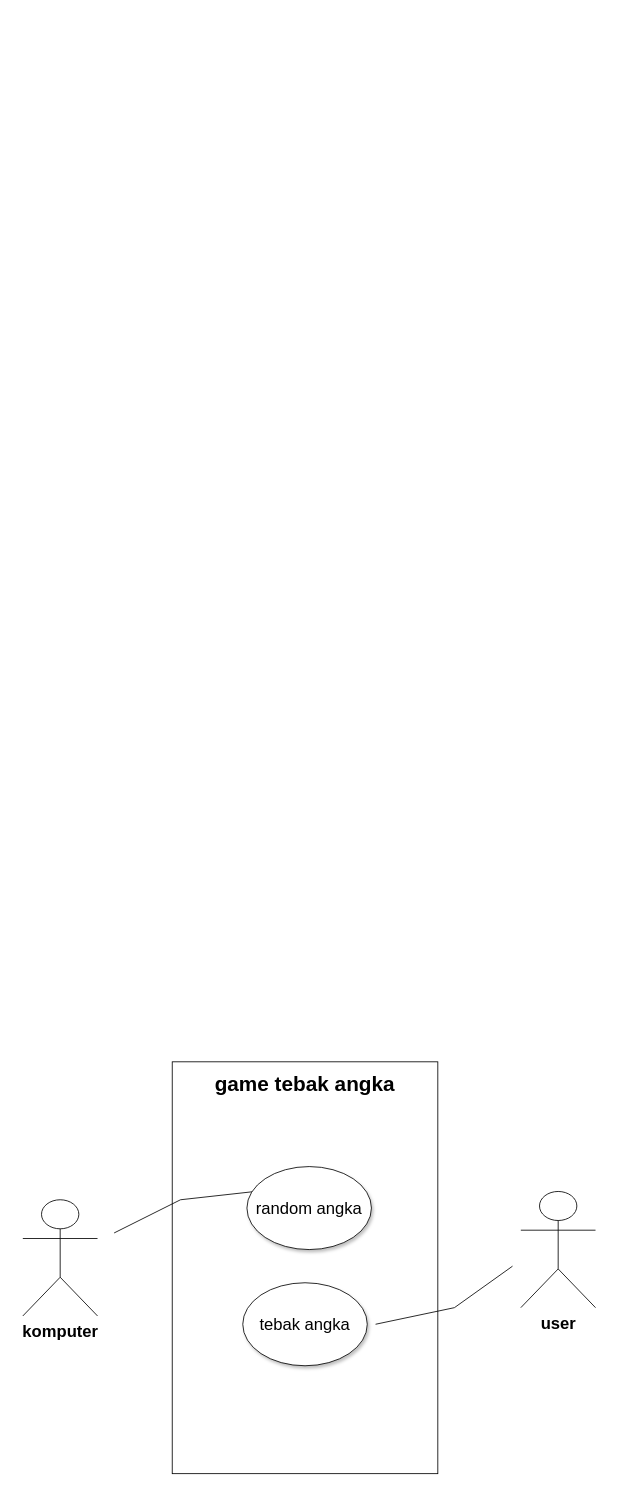
Earlier version of the draw.io diagram use-case.drawio (fridaasmara/py-jobsheet1). Source tidied: cells renumbered, new cells numbered last; positions are measured from the earlier drawing's top-left corner, leaving out a move shared by most shapes. Both pictures are drawn from the tidied source at 83%, with x=0, y=0 at pixel (22, 1058).
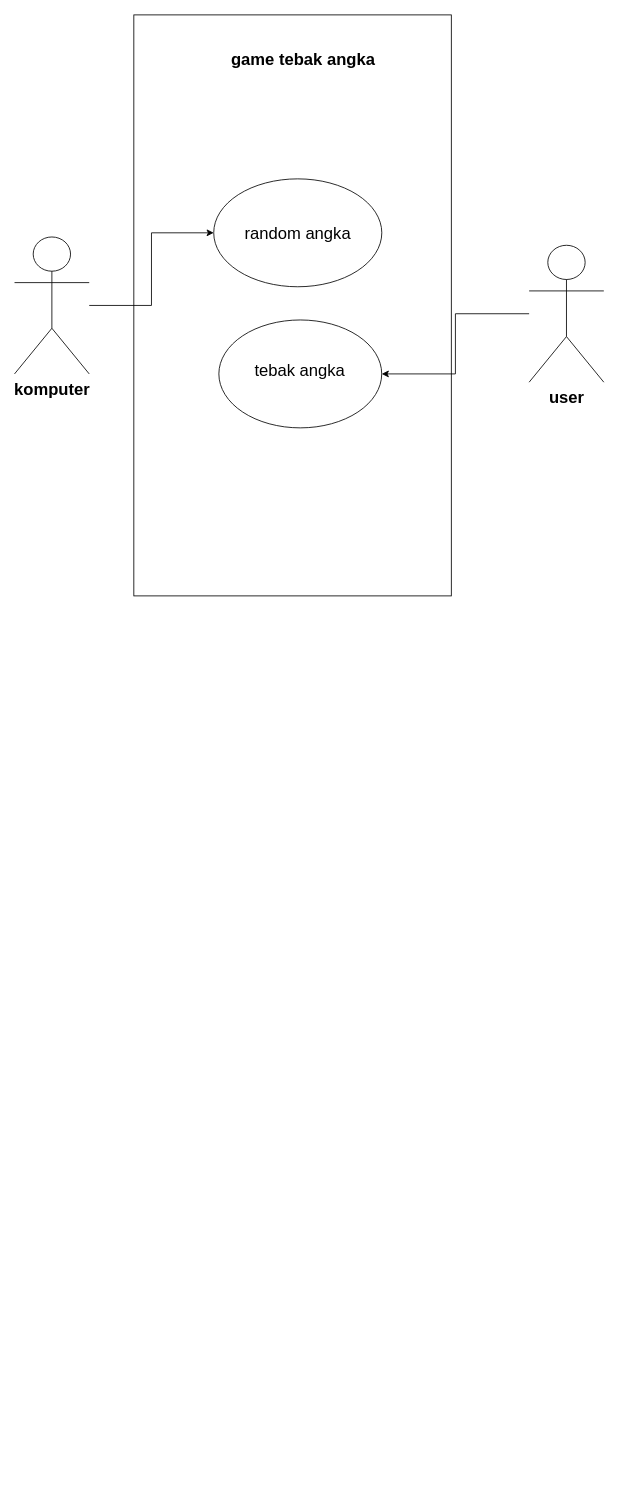
The same diagram, later.

The edit, as a diff of the source:
```diff
@@
 <mxGraphModel>
   <root>
     <mxCell id="0" />
     <mxCell id="1" parent="0" />
+    <mxCell id="12" style="rounded=0;whiteSpace=wrap;html=1;rotation=-90;" parent="1" vertex="1">
+      <mxGeometry x="-25" y="-1098.8" width="700" height="382.5" as="geometry" />
+    </mxCell>
+    <mxCell id="13" style="edgeStyle=orthogonalEdgeStyle;rounded=0;jettySize=auto;html=1;entryX=0;entryY=0.5;entryDx=0;entryDy=0;" parent="1" edge="1" source="2" target="14">
+      <mxGeometry relative="1" as="geometry" />
+    </mxCell>
-    <mxCell id="2" value="&lt;font style=&quot;font-size: 20px;&quot;&gt;&lt;b&gt;komputer&lt;/b&gt;&lt;/font&gt;" style="shape=umlActor;verticalLabelPosition=bottom;verticalAlign=top;html=1;outlineConnect=0;" parent="1" vertex="1">
-      <mxGeometry y="170" width="90" height="140" as="geometry" />
+    <mxCell id="2" value="&lt;span style=&quot;font-size: 20px;&quot;&gt;&lt;b&gt;komputer&lt;/b&gt;&lt;/span&gt;" style="shape=umlActor;verticalLabelPosition=bottom;verticalAlign=top;html=1;outlineConnect=0;" parent="1" vertex="1">
+      <mxGeometry x="-10" y="-990" width="90" height="165" as="geometry" />
     </mxCell>
-    <mxCell id="3" style="rounded=0;whiteSpace=wrap;html=1;rotation=-90;" parent="1" vertex="1">
-      <mxGeometry x="91.9" y="91.9" width="496.2" height="320" as="geometry" />
-    </mxCell>
-    <mxCell id="4" value="&lt;b&gt;&lt;font style=&quot;font-size: 25px;&quot;&gt;game tebak angka&lt;/font&gt;&lt;/b&gt;" style="text;html=1;align=center;verticalAlign=middle;whiteSpace=wrap;rounded=0;" parent="1" vertex="1">
-      <mxGeometry x="180" width="320" height="60" as="geometry" />
+    <mxCell id="4" value="&lt;span style=&quot;font-size: 20px;&quot;&gt;&lt;b&gt;game tebak angka&lt;/b&gt;&lt;/span&gt;" style="text;html=1;strokeColor=none;fillColor=none;align=center;verticalAlign=middle;whiteSpace=wrap;rounded=0;" parent="1" vertex="1">
+      <mxGeometry x="242.5" y="-1220" width="190" height="30" as="geometry" />
     </mxCell>
-    <mxCell id="5" style="endArrow=none;html=1;rounded=0;" parent="1" edge="1">
-      <mxGeometry relative="1" as="geometry">
-        <mxPoint x="110" y="210" as="sourcePoint" />
-        <mxPoint x="280" y="160" as="targetPoint" />
-        <Array as="points">
-          <mxPoint x="110" y="210" />
-          <mxPoint x="190" y="170" />
-        </Array>
-      </mxGeometry>
-    </mxCell>
-    <mxCell id="6" style="endArrow=none;html=1;rounded=0;" parent="1" edge="1">
-      <mxGeometry relative="1" as="geometry">
-        <mxPoint x="425" y="320" as="sourcePoint" />
-        <mxPoint x="590" y="250" as="targetPoint" />
-        <Array as="points">
-          <mxPoint x="425" y="320" />
-          <mxPoint x="520" y="300" />
-        </Array>
-      </mxGeometry>
-    </mxCell>
+    <mxCell id="14" style="ellipse;whiteSpace=wrap;html=1;" parent="1" vertex="1">
+      <mxGeometry x="230" y="-1060" width="202.5" height="130" as="geometry" />
+    </mxCell>
+    <mxCell id="15" style="edgeStyle=orthogonalEdgeStyle;rounded=0;jettySize=auto;html=1;" parent="1" edge="1" source="7" target="16">
+      <mxGeometry relative="1" as="geometry" />
+    </mxCell>
-    <mxCell id="7" value="&lt;font style=&quot;font-size: 20px;&quot;&gt;&lt;span&gt;user&lt;/span&gt;&lt;/font&gt;" style="shape=umlActor;verticalLabelPosition=bottom;verticalAlign=top;html=1;outlineConnect=0;fontStyle=1;" parent="1" vertex="1">
-      <mxGeometry x="600" y="160" width="90" height="140" as="geometry" />
+    <mxCell id="7" value="&lt;span style=&quot;font-size: 20px;&quot;&gt;&lt;b&gt;user&lt;/b&gt;&lt;/span&gt;" style="shape=umlActor;verticalLabelPosition=bottom;verticalAlign=top;html=1;outlineConnect=0;" parent="1" vertex="1">
+      <mxGeometry x="610" y="-980" width="90" height="165" as="geometry" />
     </mxCell>
-    <mxCell id="8" style="ellipse;whiteSpace=wrap;html=1;shadow=1;" parent="1" vertex="1">
-      <mxGeometry x="270" y="130" width="150" height="100" as="geometry" />
-    </mxCell>
+    <mxCell id="16" style="ellipse;whiteSpace=wrap;html=1;" parent="1" vertex="1">
+      <mxGeometry x="236.2" y="-890" width="196.2" height="130" as="geometry" />
+    </mxCell>
-    <mxCell id="9" value="&lt;span style=&quot;font-size: 20px;&quot;&gt;random angka&lt;/span&gt;" style="text;html=1;align=center;verticalAlign=middle;whiteSpace=wrap;rounded=0;" parent="1" vertex="1">
-      <mxGeometry x="220" y="115" width="250" height="130" as="geometry" />
+    <mxCell id="9" value="&lt;span style=&quot;font-size: 20px;&quot;&gt;random angka&lt;/span&gt;" style="text;html=1;strokeColor=none;fillColor=none;align=center;verticalAlign=middle;whiteSpace=wrap;rounded=0;" parent="1" vertex="1">
+      <mxGeometry x="258.8" y="-1010" width="145" height="30" as="geometry" />
     </mxCell>
-    <mxCell id="10" style="ellipse;whiteSpace=wrap;html=1;shadow=1;" parent="1" vertex="1">
-      <mxGeometry x="265" y="270" width="150" height="100" as="geometry" />
-    </mxCell>
     <mxCell id="11" value="&lt;span style=&quot;font-size: 20px;&quot;&gt;tebak angka&lt;/span&gt;" style="text;html=1;strokeColor=none;fillColor=none;align=center;verticalAlign=middle;whiteSpace=wrap;rounded=0;" parent="1" vertex="1">
-      <mxGeometry x="215" y="255" width="250" height="130" as="geometry" />
+      <mxGeometry x="269.4" y="-845" width="130" height="30" as="geometry" />
     </mxCell>
   </root>
 </mxGraphModel>
```
